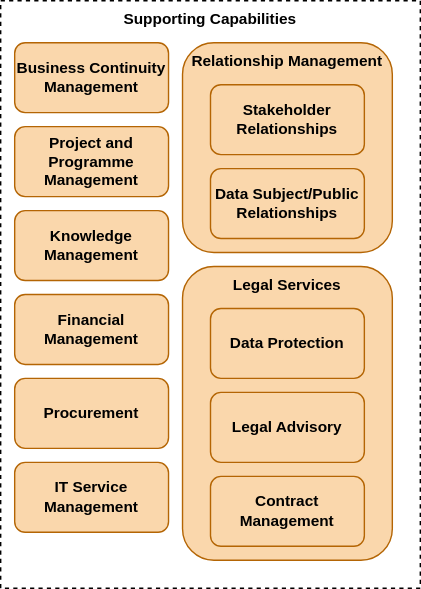
Before: docs/images/Capability_Map/supporting_capabilities.drawio.svg, a diagram exported from draw.io (sa-tre/satre-specification). Source tidied: cells renumbered, new cells last; positions are measured from the earlier drawing's top-left corner, leaving out a move shared by most shapes.
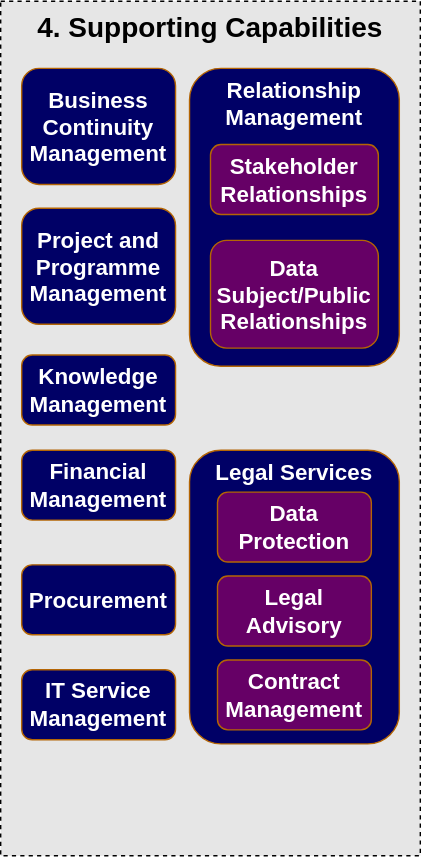
Above is the later version.

Diff of the diagram source:
```diff
@@ -2,47 +2,47 @@
   <root>
     <mxCell id="0" />
     <mxCell id="1" parent="0" />
-    <mxCell id="2" value="Supporting Capabilities" style="rounded=0;whiteSpace=wrap;html=1;verticalAlign=top;dashed=1;fontSize=11;fontStyle=1;" parent="1" vertex="1">
-      <mxGeometry width="300" height="420" as="geometry" />
-    </mxCell>
+    <mxCell id="15" value="&lt;font style=&quot;font-size: 20px;&quot;&gt;4. Supporting Capabilities&lt;/font&gt;" style="rounded=0;whiteSpace=wrap;html=1;verticalAlign=top;dashed=1;fontSize=20;fontStyle=1;fillColor=#E6E6E6;" parent="1" vertex="1">
+      <mxGeometry x="310" y="-1" width="300" height="611" as="geometry" />
+    </mxCell>
-    <mxCell id="3" value="Knowledge Management" style="rounded=1;whiteSpace=wrap;html=1;fillColor=#fad7ac;strokeColor=#b46504;fontSize=11;fontStyle=1;" parent="1" vertex="1">
-      <mxGeometry x="10" y="150" width="110" height="50" as="geometry" />
+    <mxCell id="3" value="Knowledge Management" style="rounded=1;whiteSpace=wrap;html=1;fillColor=#000066;strokeColor=#b46504;fontSize=16;fontStyle=1;fontColor=#FFFFFF;" parent="1" vertex="1">
+      <mxGeometry x="325" y="252" width="110" height="50" as="geometry" />
     </mxCell>
-    <mxCell id="4" value="Project and Programme Management" style="rounded=1;whiteSpace=wrap;html=1;fillColor=#fad7ac;strokeColor=#b46504;fontSize=11;fontStyle=1;" parent="1" vertex="1">
-      <mxGeometry x="10" y="90" width="110" height="50" as="geometry" />
+    <mxCell id="4" value="&lt;font style=&quot;font-size: 16px;&quot;&gt;Project and Programme Management&lt;/font&gt;" style="rounded=1;whiteSpace=wrap;html=1;fillColor=#000066;strokeColor=#b46504;fontSize=16;fontStyle=1;fontColor=#FFFFFF;" parent="1" vertex="1">
+      <mxGeometry x="325" y="147" width="110" height="83" as="geometry" />
     </mxCell>
-    <mxCell id="5" value="Business Continuity Management" style="rounded=1;whiteSpace=wrap;html=1;fillColor=#fad7ac;strokeColor=#b46504;fontSize=11;fontStyle=1;" parent="1" vertex="1">
-      <mxGeometry x="10" y="30" width="110" height="50" as="geometry" />
+    <mxCell id="5" value="&lt;font style=&quot;font-size: 16px;&quot;&gt;Business Continuity Management&lt;/font&gt;" style="rounded=1;whiteSpace=wrap;html=1;fillColor=#000066;strokeColor=#b46504;fontSize=16;fontStyle=1;fontColor=#FFFFFF;" parent="1" vertex="1">
+      <mxGeometry x="325" y="47" width="110" height="83" as="geometry" />
     </mxCell>
-    <mxCell id="6" value="Financial Management" style="rounded=1;whiteSpace=wrap;html=1;fillColor=#fad7ac;strokeColor=#b46504;fontSize=11;fontStyle=1;" parent="1" vertex="1">
-      <mxGeometry x="10" y="210" width="110" height="50" as="geometry" />
+    <mxCell id="6" value="Financial Management" style="rounded=1;whiteSpace=wrap;html=1;fillColor=#000066;strokeColor=#b46504;fontSize=16;fontStyle=1;fontColor=#FFFFFF;" parent="1" vertex="1">
+      <mxGeometry x="325" y="320" width="110" height="50" as="geometry" />
     </mxCell>
-    <mxCell id="7" value="Relationship Management" style="rounded=1;whiteSpace=wrap;html=1;fillColor=#fad7ac;strokeColor=#b46504;verticalAlign=top;fontSize=11;fontStyle=1;" parent="1" vertex="1">
-      <mxGeometry x="130" y="30" width="150" height="150" as="geometry" />
+    <mxCell id="7" value="&lt;font style=&quot;font-size: 16px;&quot;&gt;Relationship Management&lt;/font&gt;" style="rounded=1;whiteSpace=wrap;html=1;fillColor=#000066;strokeColor=#b46504;verticalAlign=top;fontSize=16;fontStyle=1;fontColor=#FFFFFF;" parent="1" vertex="1">
+      <mxGeometry x="445" y="47" width="150" height="213" as="geometry" />
     </mxCell>
-    <mxCell id="8" value="Stakeholder Relationships" style="rounded=1;whiteSpace=wrap;html=1;fillColor=#fad7ac;strokeColor=#b46504;fontSize=11;fontStyle=1;" parent="1" vertex="1">
-      <mxGeometry x="150" y="60" width="110" height="50" as="geometry" />
+    <mxCell id="8" value="&lt;font style=&quot;font-size: 16px;&quot;&gt;Stakeholder Relationships&lt;/font&gt;" style="rounded=1;whiteSpace=wrap;html=1;fillColor=#660066;strokeColor=#b46504;fontSize=16;fontStyle=1;fontColor=#FFFFFF;labelBorderColor=none;" parent="1" vertex="1">
+      <mxGeometry x="460" y="101.5" width="120" height="50" as="geometry" />
     </mxCell>
-    <mxCell id="9" value="Data Subject/Public Relationships" style="rounded=1;whiteSpace=wrap;html=1;fillColor=#fad7ac;strokeColor=#b46504;fontSize=11;fontStyle=1;" parent="1" vertex="1">
-      <mxGeometry x="150" y="120" width="110" height="50" as="geometry" />
+    <mxCell id="9" value="&lt;font style=&quot;font-size: 16px;&quot;&gt;Data Subject/Public Relationships&lt;/font&gt;" style="rounded=1;whiteSpace=wrap;html=1;fillColor=#660066;strokeColor=#b46504;fontSize=16;fontStyle=1;fontColor=#FFFFFF;labelBorderColor=none;" parent="1" vertex="1">
+      <mxGeometry x="460" y="170" width="120" height="77" as="geometry" />
     </mxCell>
-    <mxCell id="10" value="Legal Services" style="rounded=1;whiteSpace=wrap;html=1;fillColor=#fad7ac;strokeColor=#b46504;verticalAlign=top;fontSize=11;fontStyle=1;" parent="1" vertex="1">
-      <mxGeometry x="130" y="190" width="150" height="210" as="geometry" />
+    <mxCell id="10" value="&lt;font style=&quot;font-size: 16px;&quot;&gt;Legal Services&lt;/font&gt;" style="rounded=1;whiteSpace=wrap;html=1;fillColor=#000066;strokeColor=#b46504;verticalAlign=top;fontSize=16;fontStyle=1;fontColor=#FFFFFF;" parent="1" vertex="1">
+      <mxGeometry x="445" y="320" width="150" height="210" as="geometry" />
     </mxCell>
-    <mxCell id="11" value="Data Protection" style="rounded=1;whiteSpace=wrap;html=1;fillColor=#fad7ac;strokeColor=#b46504;fontSize=11;fontStyle=1;" parent="1" vertex="1">
-      <mxGeometry x="150" y="220" width="110" height="50" as="geometry" />
+    <mxCell id="11" value="&lt;font style=&quot;font-size: 16px;&quot;&gt;Data Protection&lt;/font&gt;" style="rounded=1;whiteSpace=wrap;html=1;fillColor=#660066;strokeColor=#b46504;fontSize=16;fontStyle=1;fontColor=#FFFFFF;labelBorderColor=none;" parent="1" vertex="1">
+      <mxGeometry x="465" y="350" width="110" height="50" as="geometry" />
     </mxCell>
-    <mxCell id="12" value="Legal Advisory" style="rounded=1;whiteSpace=wrap;html=1;fillColor=#fad7ac;strokeColor=#b46504;fontSize=11;fontStyle=1;" parent="1" vertex="1">
-      <mxGeometry x="150" y="280" width="110" height="50" as="geometry" />
+    <mxCell id="12" value="&lt;font style=&quot;font-size: 16px;&quot;&gt;Legal Advisory&lt;/font&gt;" style="rounded=1;whiteSpace=wrap;html=1;fillColor=#660066;strokeColor=#b46504;fontSize=16;fontStyle=1;fontColor=#FFFFFF;labelBorderColor=none;" parent="1" vertex="1">
+      <mxGeometry x="465" y="410" width="110" height="50" as="geometry" />
     </mxCell>
-    <mxCell id="13" value="Contract Management" style="rounded=1;whiteSpace=wrap;html=1;fillColor=#fad7ac;strokeColor=#b46504;fontSize=11;fontStyle=1;" parent="1" vertex="1">
-      <mxGeometry x="150" y="340" width="110" height="50" as="geometry" />
+    <mxCell id="13" value="Contract Management" style="rounded=1;whiteSpace=wrap;html=1;fillColor=#660066;strokeColor=#b46504;fontSize=16;fontStyle=1;fontColor=#FFFFFF;labelBorderColor=none;" parent="1" vertex="1">
+      <mxGeometry x="465" y="470" width="110" height="50" as="geometry" />
     </mxCell>
-    <mxCell id="14" value="Procurement" style="rounded=1;whiteSpace=wrap;html=1;fillColor=#fad7ac;strokeColor=#b46504;fontSize=11;fontStyle=1;" parent="1" vertex="1">
-      <mxGeometry x="10" y="270" width="110" height="50" as="geometry" />
+    <mxCell id="14" value="Procurement" style="rounded=1;whiteSpace=wrap;html=1;fillColor=#000066;strokeColor=#b46504;fontSize=16;fontStyle=1;fontColor=#FFFFFF;" parent="1" vertex="1">
+      <mxGeometry x="325" y="402" width="110" height="50" as="geometry" />
     </mxCell>
-    <mxCell id="15" value="IT Service Management" style="rounded=1;whiteSpace=wrap;html=1;fillColor=#fad7ac;strokeColor=#b46504;fontSize=11;fontStyle=1;" parent="1" vertex="1">
-      <mxGeometry x="10" y="330" width="110" height="50" as="geometry" />
-    </mxCell>
+    <mxCell id="16" value="IT Service Management" style="rounded=1;whiteSpace=wrap;html=1;fillColor=#000066;strokeColor=#b46504;fontSize=16;fontStyle=1;fontColor=#FFFFFF;" parent="1" vertex="1">
+      <mxGeometry x="325" y="477" width="110" height="50" as="geometry" />
+    </mxCell>
   </root>
 </mxGraphModel>
```
